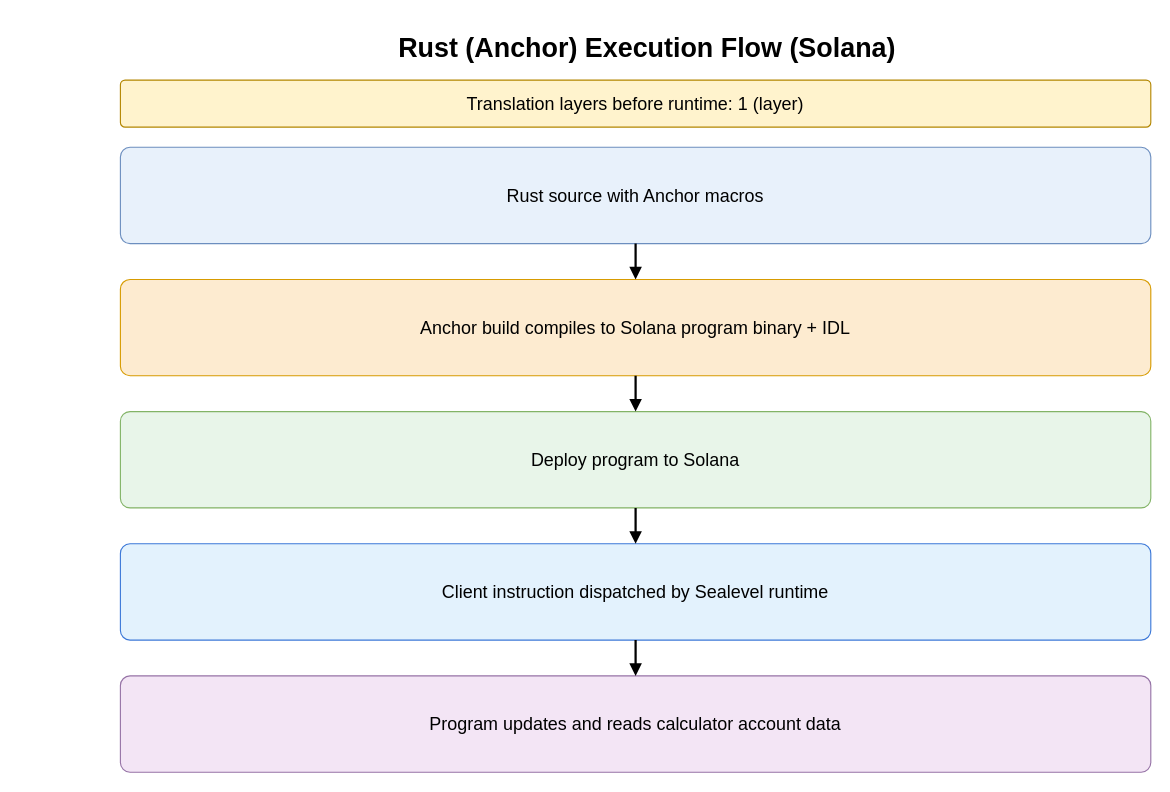
This is assets/contracting_flows/rust_anchor_flow.drawio from Endogen/xian-tech-website, a draw.io file, before an edit. Source tidied: cells renumbered, new cells numbered last; positions are measured from the earlier drawing's top-left corner, leaving out a move shared by most shapes. Both pictures are drawn from the tidied source at 112%, with x=0, y=0 at pixel (120, 28).
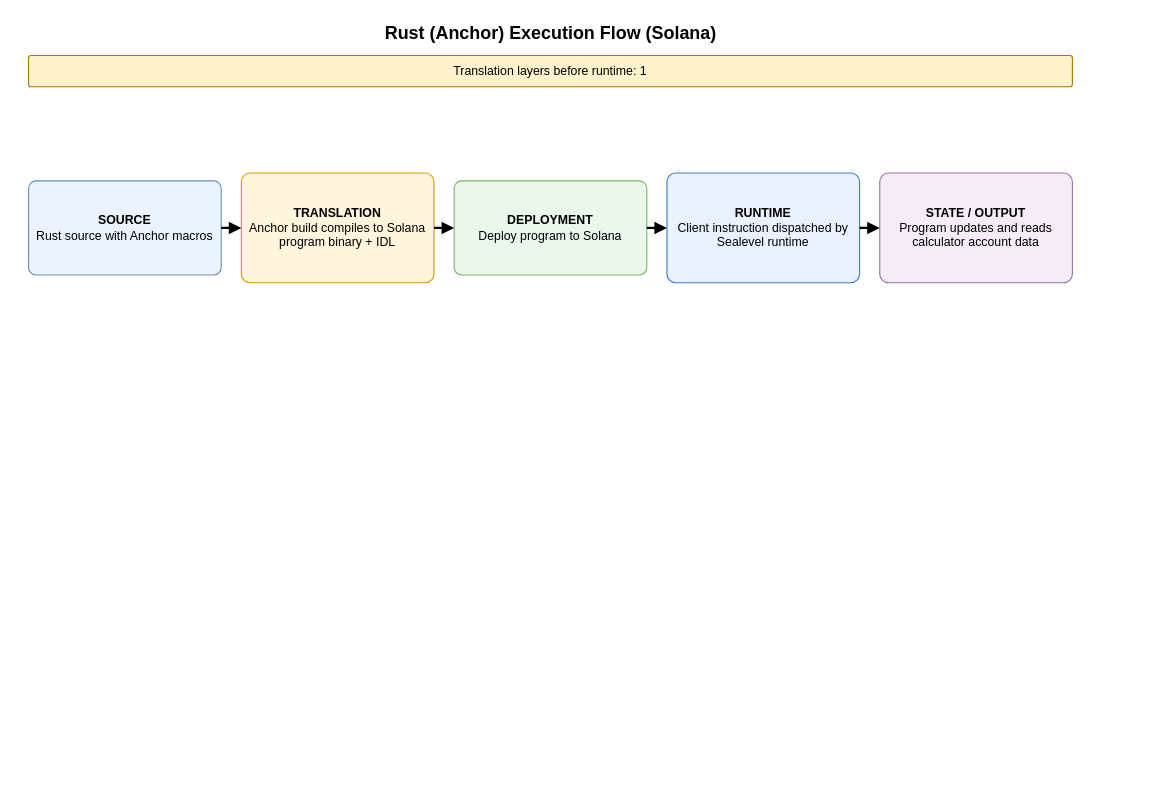
The same diagram, later.

The edit, as a diff of the source:
```diff
@@
 <mxGraphModel>
   <root>
     <mxCell id="0" />
     <mxCell id="1" parent="0" />
-    <mxCell id="2" value="Rust (Anchor) Execution Flow (Solana)" style="text;html=1;strokeColor=none;fillColor=none;align=center;verticalAlign=middle;fontSize=24;fontStyle=1;" parent="1" vertex="1">
-      <mxGeometry x="40" width="860" height="36" as="geometry" />
+    <mxCell id="2" value="Rust (Anchor) Execution Flow (Solana)" style="text;html=1;strokeColor=none;fillColor=none;align=center;verticalAlign=middle;fontSize=16;fontStyle=1;" parent="1" vertex="1">
+      <mxGeometry x="-90" y="-8" width="948" height="24" as="geometry" />
     </mxCell>
-    <mxCell id="3" value="Translation layers before runtime: 1 (layer)" style="rounded=1;whiteSpace=wrap;html=1;arcSize=10;fillColor=#FFF3CD;strokeColor=#B38600;fontSize=16;" parent="1" vertex="1">
-      <mxGeometry y="46" width="920" height="42" as="geometry" />
+    <mxCell id="3" value="Translation layers before runtime: 1" style="rounded=1;whiteSpace=wrap;html=1;arcSize=8;fillColor=#FFF2CC;strokeColor=#A97700;fontSize=11;align=center;verticalAlign=middle;" parent="1" vertex="1">
+      <mxGeometry x="-82" y="24" width="932" height="28" as="geometry" />
     </mxCell>
-    <mxCell id="4" value="Rust source with Anchor macros" style="rounded=1;whiteSpace=wrap;html=1;arcSize=10;fillColor=#E8F1FB;strokeColor=#6C8EBF;fontSize=16;fontStyle=0;" parent="1" vertex="1">
-      <mxGeometry y="106" width="920" height="86" as="geometry" />
-    </mxCell>
-    <mxCell id="5" value="Anchor build compiles to Solana program binary + IDL" style="rounded=1;whiteSpace=wrap;html=1;arcSize=10;fillColor=#FDEBD0;strokeColor=#D79B00;fontSize=16;fontStyle=0;" parent="1" vertex="1">
-      <mxGeometry y="224" width="920" height="86" as="geometry" />
-    </mxCell>
-    <mxCell id="6" value="Deploy program to Solana" style="rounded=1;whiteSpace=wrap;html=1;arcSize=10;fillColor=#E8F5E9;strokeColor=#82B366;fontSize=16;fontStyle=0;" parent="1" vertex="1">
-      <mxGeometry y="342" width="920" height="86" as="geometry" />
-    </mxCell>
-    <mxCell id="7" value="Client instruction dispatched by Sealevel runtime" style="rounded=1;whiteSpace=wrap;html=1;arcSize=10;fillColor=#E3F2FD;strokeColor=#3C78D8;fontSize=16;fontStyle=0;" parent="1" vertex="1">
-      <mxGeometry y="460" width="920" height="86" as="geometry" />
-    </mxCell>
-    <mxCell id="8" value="Program updates and reads calculator account data" style="rounded=1;whiteSpace=wrap;html=1;arcSize=10;fillColor=#F3E5F5;strokeColor=#9673A6;fontSize=16;fontStyle=0;" parent="1" vertex="1">
-      <mxGeometry y="578" width="920" height="86" as="geometry" />
-    </mxCell>
+    <mxCell id="13" value="&lt;b&gt;SOURCE&lt;/b&gt;&lt;br&gt;Rust source with Anchor macros" style="rounded=1;whiteSpace=wrap;html=1;arcSize=8;fillColor=#EAF3FF;strokeColor=#6C8EBF;fontSize=11;align=center;verticalAlign=middle;spacing=6;" parent="1" vertex="1">
+      <mxGeometry x="-82" y="136" width="172" height="84" as="geometry" />
+    </mxCell>
+    <mxCell id="14" value="&lt;b&gt;TRANSLATION&lt;/b&gt;&lt;br&gt;Anchor build compiles to Solana program binary + IDL" style="rounded=1;whiteSpace=wrap;html=1;arcSize=8;fillColor=#FFF4DC;strokeColor=#D79B00;fontSize=11;align=center;verticalAlign=middle;spacing=6;" parent="1" vertex="1">
+      <mxGeometry x="108" y="129" width="172" height="98" as="geometry" />
+    </mxCell>
+    <mxCell id="15" value="&lt;b&gt;DEPLOYMENT&lt;/b&gt;&lt;br&gt;Deploy program to Solana" style="rounded=1;whiteSpace=wrap;html=1;arcSize=8;fillColor=#EAF8EC;strokeColor=#82B366;fontSize=11;align=center;verticalAlign=middle;spacing=6;" parent="1" vertex="1">
+      <mxGeometry x="298" y="136" width="172" height="84" as="geometry" />
+    </mxCell>
+    <mxCell id="16" value="&lt;b&gt;RUNTIME&lt;/b&gt;&lt;br&gt;Client instruction dispatched by Sealevel runtime" style="rounded=1;whiteSpace=wrap;html=1;arcSize=8;fillColor=#EAF1FF;strokeColor=#3C78D8;fontSize=11;align=center;verticalAlign=middle;spacing=6;" parent="1" vertex="1">
+      <mxGeometry x="488" y="129" width="172" height="98" as="geometry" />
+    </mxCell>
+    <mxCell id="17" value="&lt;b&gt;STATE / OUTPUT&lt;/b&gt;&lt;br&gt;Program updates and reads calculator account data" style="rounded=1;whiteSpace=wrap;html=1;arcSize=8;fillColor=#F5ECF8;strokeColor=#9673A6;fontSize=11;align=center;verticalAlign=middle;spacing=6;" parent="1" vertex="1">
+      <mxGeometry x="678" y="129" width="172" height="98" as="geometry" />
+    </mxCell>
-    <mxCell id="9" style="endArrow=block;endFill=1;html=1;rounded=0;strokeWidth=2;edgeStyle=orthogonalEdgeStyle;jettySize=auto;" parent="1" edge="1" source="4" target="5">
+    <mxCell id="9" style="endArrow=block;endFill=1;html=1;rounded=1;strokeWidth=2;edgeStyle=orthogonalEdgeStyle;" parent="1" edge="1" source="13" target="14">
       <mxGeometry relative="1" as="geometry" />
     </mxCell>
-    <mxCell id="10" style="endArrow=block;endFill=1;html=1;rounded=0;strokeWidth=2;edgeStyle=orthogonalEdgeStyle;jettySize=auto;" parent="1" edge="1" source="5" target="6">
+    <mxCell id="10" style="endArrow=block;endFill=1;html=1;rounded=1;strokeWidth=2;edgeStyle=orthogonalEdgeStyle;" parent="1" edge="1" source="14" target="15">
       <mxGeometry relative="1" as="geometry" />
     </mxCell>
-    <mxCell id="11" style="endArrow=block;endFill=1;html=1;rounded=0;strokeWidth=2;edgeStyle=orthogonalEdgeStyle;jettySize=auto;" parent="1" edge="1" source="6" target="7">
+    <mxCell id="11" style="endArrow=block;endFill=1;html=1;rounded=1;strokeWidth=2;edgeStyle=orthogonalEdgeStyle;" parent="1" edge="1" source="15" target="16">
       <mxGeometry relative="1" as="geometry" />
     </mxCell>
-    <mxCell id="12" style="endArrow=block;endFill=1;html=1;rounded=0;strokeWidth=2;edgeStyle=orthogonalEdgeStyle;jettySize=auto;" parent="1" edge="1" source="7" target="8">
+    <mxCell id="12" style="endArrow=block;endFill=1;html=1;rounded=1;strokeWidth=2;edgeStyle=orthogonalEdgeStyle;" parent="1" edge="1" source="16" target="17">
       <mxGeometry relative="1" as="geometry" />
     </mxCell>
   </root>
 </mxGraphModel>
```
